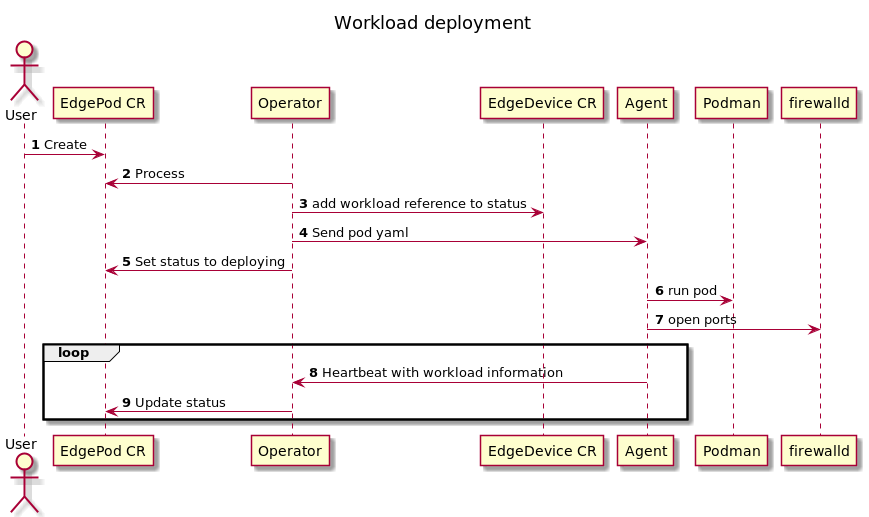
Above: docs/diagrams/Workload_deployment.png in jakub-dzon/k4e-agent (PlantUML), before the change.
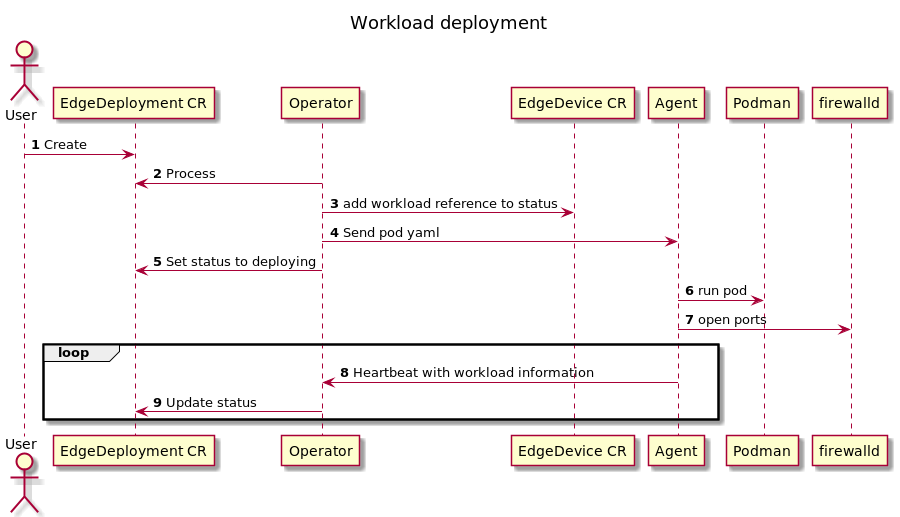
Later version of the same file.

The edit, as a diff of the source:
```diff
@@ -5,17 +5,17 @@
 
 actor User
 
-User -> "EdgePod CR": Create
-Operator -> "EdgePod CR": Process
+User -> "EdgeDeployment CR": Create
+Operator -> "EdgeDeployment CR": Process
 Operator -> "EdgeDevice CR": add workload reference to status
 Operator -> Agent: Send pod yaml
-Operator -> "EdgePod CR": Set status to deploying
+Operator -> "EdgeDeployment CR": Set status to deploying
 Agent -> Podman: run pod
 Agent -> firewalld: open ports
 
 loop
 Agent -> Operator: Heartbeat with workload information
-Operator -> "EdgePod CR": Update status
+Operator -> "EdgeDeployment CR": Update status
 end
 
 
```
